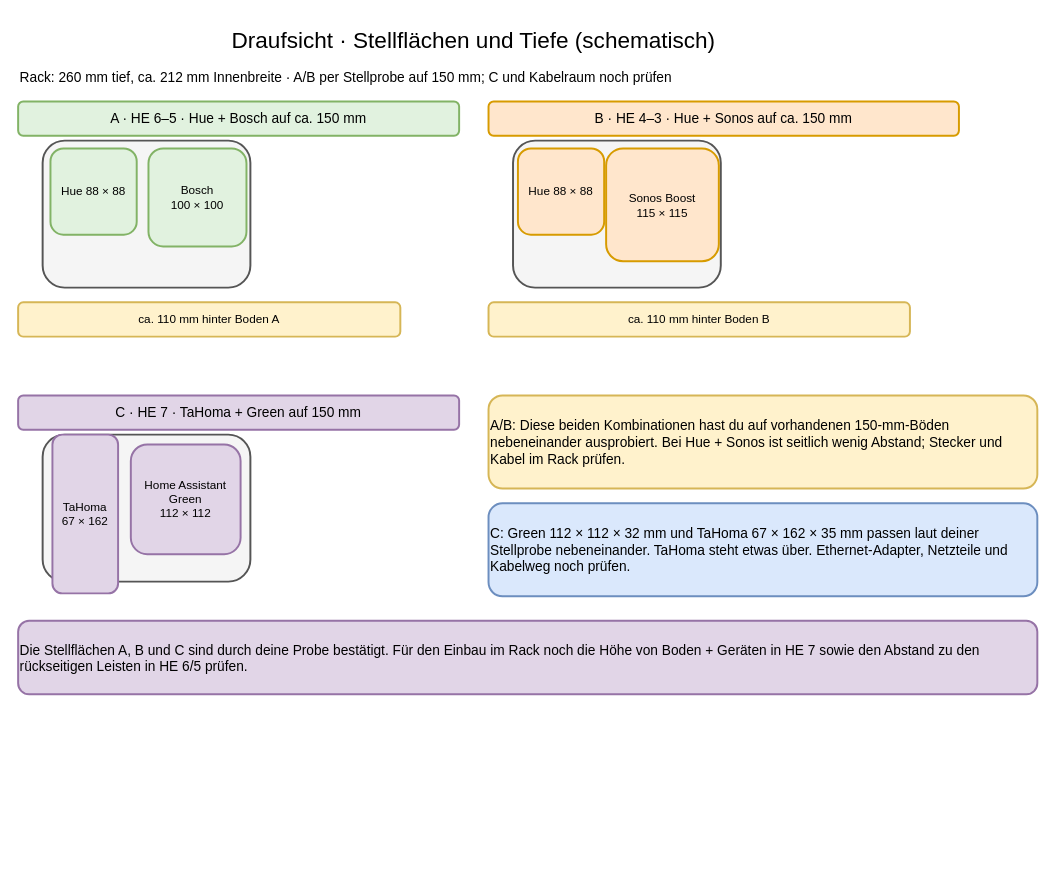
tiptronic/diagrams keeps this draw.io diagram as page "Fachböden – Draufsicht" (2 of 4) of 10-zoll-rack-planung.drawio. Above is the earlier version. Source tidied: cells renumbered, new cells numbered last; positions are measured from the earlier drawing's top-left corner, leaving out a move shared by most shapes. Both pictures are drawn from the tidied source at 98%, with x=0, y=0 at pixel (18, 18).
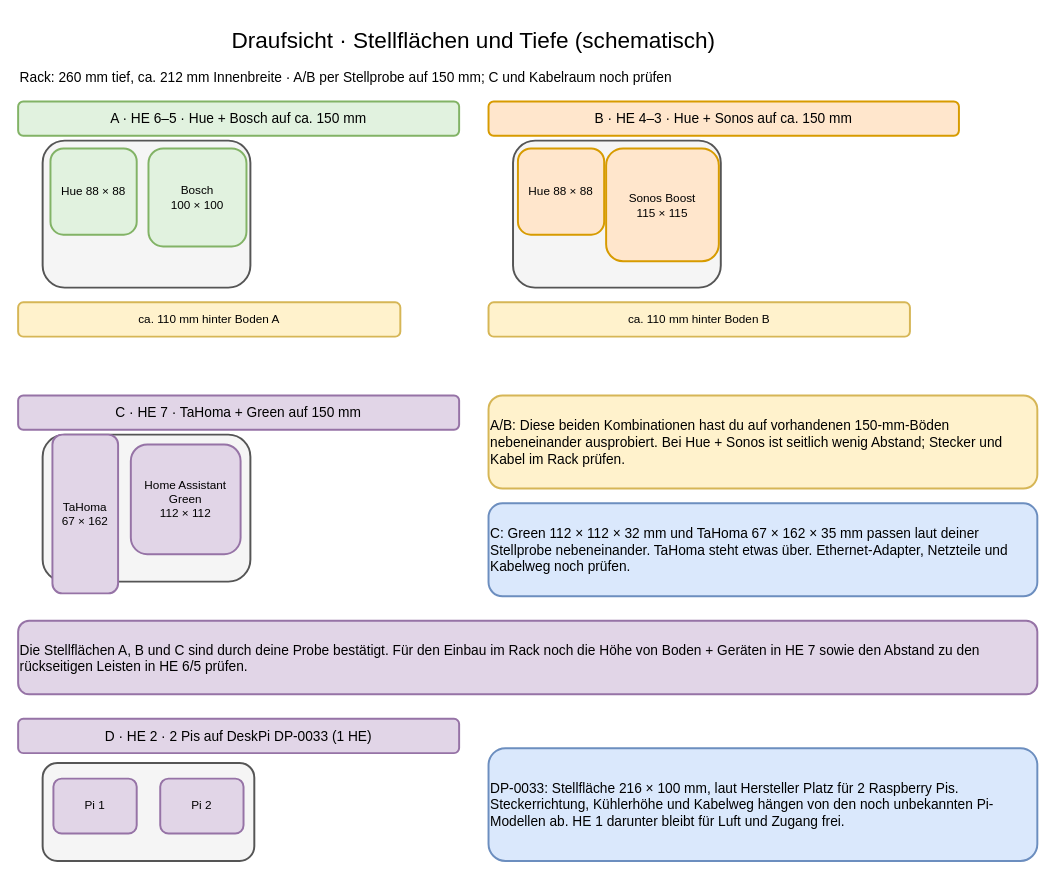
The same diagram, later.

Commit message (it also covers changes not shown here):
Plan two Raspberry Pis instead of drawer

What changed in the source:
```diff
@@
+    <mxCell id="21" value="D · HE 2 · 2 Pis auf DeskPi DP-0033 (1 HE)" style="rounded=1;whiteSpace=wrap;html=1;align=center;verticalAlign=middle;strokeWidth=2;fontSize=14;fillColor=#e1d5e7;strokeColor=#9673a6;" parent="1" vertex="1">
+      <mxGeometry y="715" width="450" height="35" as="geometry" />
+    </mxCell>
+    <mxCell id="22" style="rounded=1;whiteSpace=wrap;html=1;align=center;verticalAlign=middle;strokeWidth=2;fontSize=14;fillColor=#f5f5f5;strokeColor=#555555;" parent="1" vertex="1">
+      <mxGeometry x="25" y="760" width="216" height="100" as="geometry" />
+    </mxCell>
+    <mxCell id="23" value="Pi 1" style="rounded=1;whiteSpace=wrap;html=1;align=center;verticalAlign=middle;strokeWidth=2;fontSize=12;fillColor=#e1d5e7;strokeColor=#9673a6;" parent="1" vertex="1">
+      <mxGeometry x="36" y="776" width="85" height="56" as="geometry" />
+    </mxCell>
+    <mxCell id="24" value="Pi 2" style="rounded=1;whiteSpace=wrap;html=1;align=center;verticalAlign=middle;strokeWidth=2;fontSize=12;fillColor=#e1d5e7;strokeColor=#9673a6;" parent="1" vertex="1">
+      <mxGeometry x="145" y="776" width="85" height="56" as="geometry" />
+    </mxCell>
+    <mxCell id="25" value="DP-0033: Stellfläche 216 × 100 mm, laut Hersteller Platz für 2 Raspberry Pis. Steckerrichtung, Kühlerhöhe und Kabelweg hängen von den noch unbekannten Pi-Modellen ab. HE 1 darunter bleibt für Luft und Zugang frei." style="rounded=1;whiteSpace=wrap;html=1;align=left;verticalAlign=middle;strokeWidth=2;fontSize=14;fillColor=#dae8fc;strokeColor=#6c8ebf;" parent="1" vertex="1">
+      <mxGeometry x="480" y="745" width="560" height="115" as="geometry" />
+    </mxCell>
```
